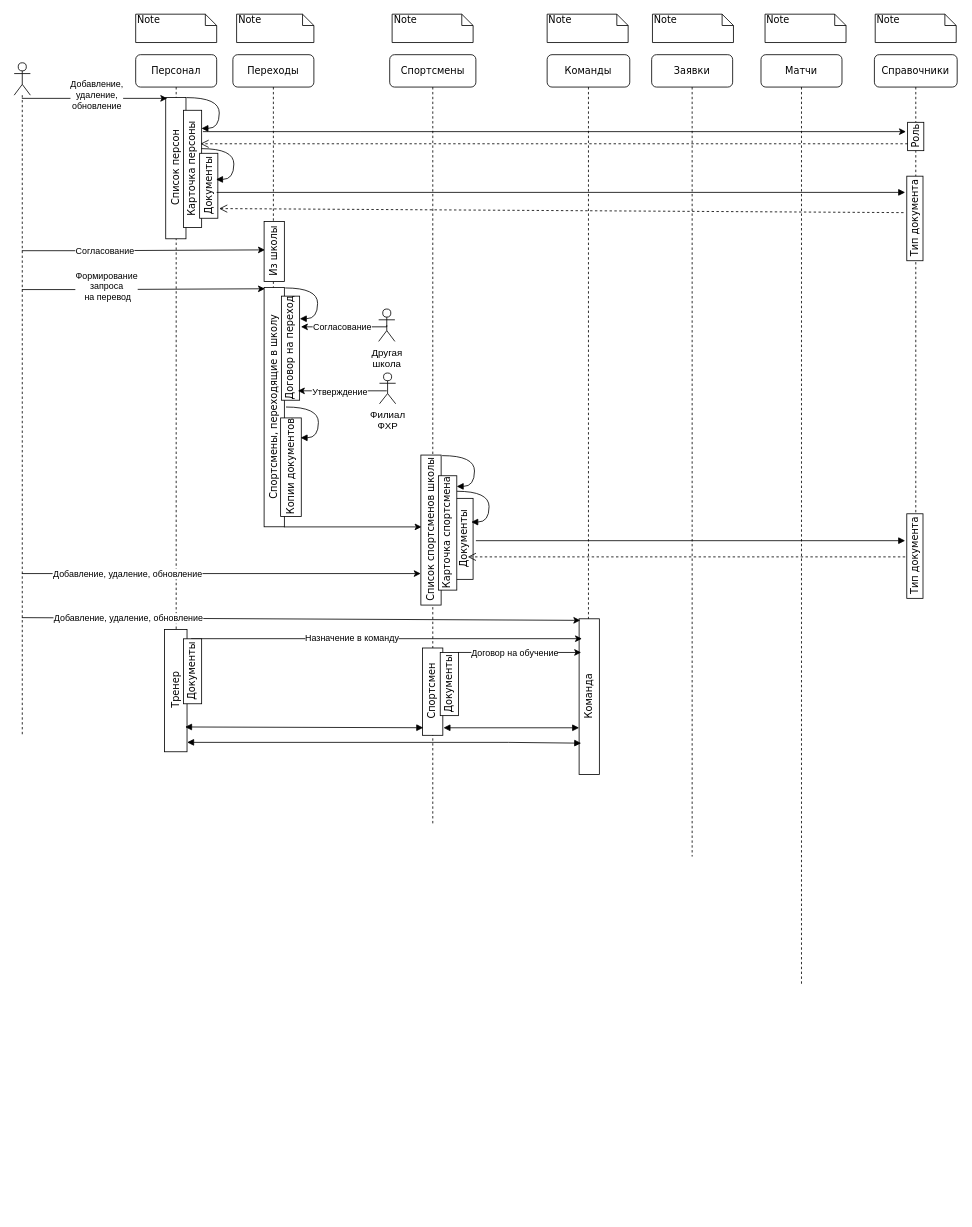
Earlier version of the draw.io diagram Диаграмма без названия.drawio (OlgaTalipova/FHRT). Source tidied: cells renumbered, new cells numbered last; positions are measured from the earlier drawing's top-left corner, leaving out a move shared by most shapes. Both pictures are drawn from the tidied source at 81%, with x=0, y=0 at pixel (14, 14).
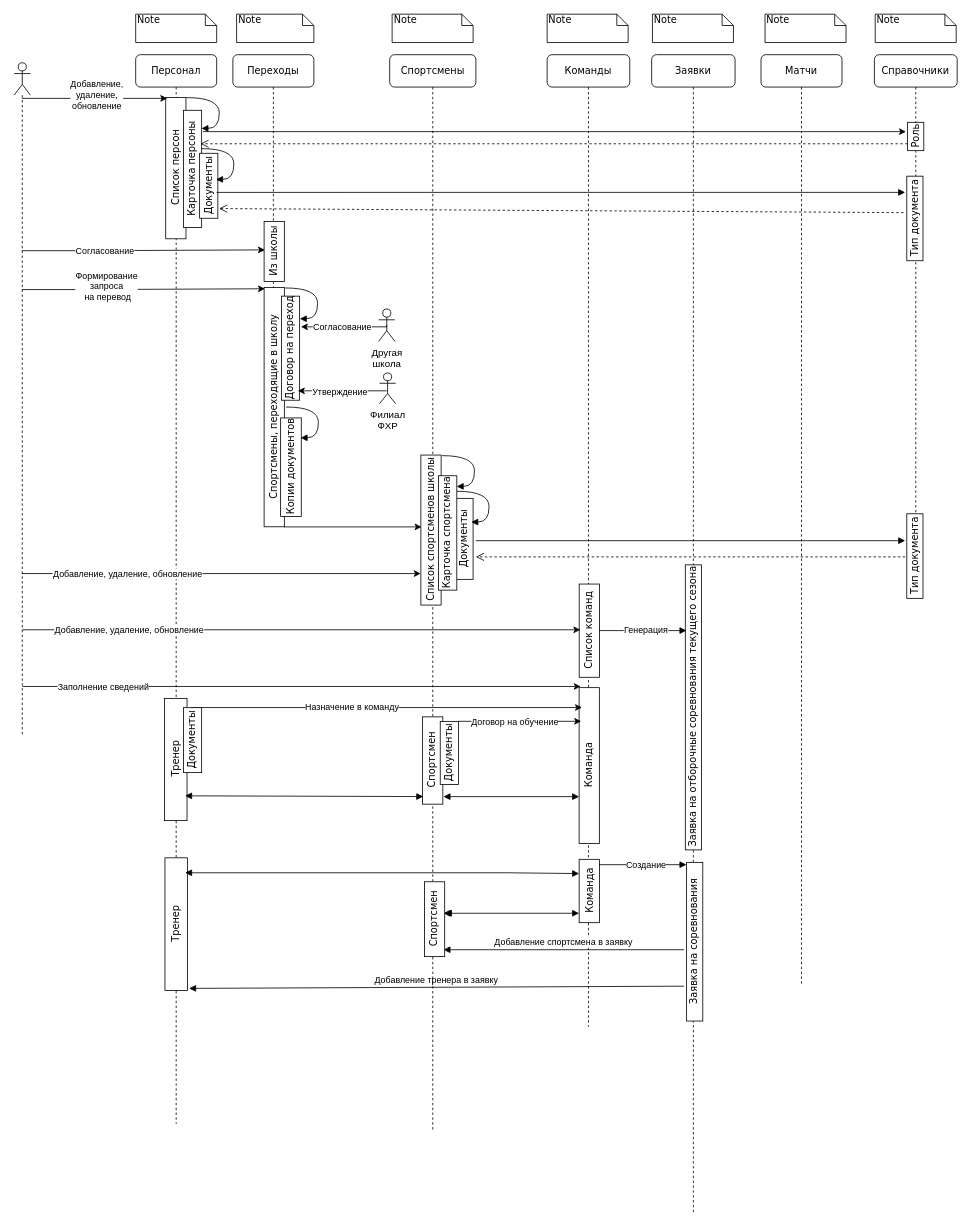
The same diagram, later.

Diff of the diagram source:
```diff
@@
     <mxCell id="2" value="Команды" style="shape=umlLifeline;perimeter=lifelinePerimeter;whiteSpace=wrap;html=1;rounded=1;shadow=0;comic=0;labelBackgroundColor=none;strokeWidth=1;fontFamily=Verdana;fontSize=12;align=center;" parent="1" vertex="1">
-      <mxGeometry x="658" y="50" width="102" height="860" as="geometry" />
+      <mxGeometry x="658" y="50" width="102" height="1200" as="geometry" />
     </mxCell>
     <mxCell id="3" value="Команда" style="html=1;points=[];perimeter=orthogonalPerimeter;rounded=0;shadow=0;comic=0;labelBackgroundColor=none;strokeWidth=1;fontFamily=Verdana;fontSize=12;align=center;direction=north;rotation=-90;" parent="2" vertex="1">
-      <mxGeometry x="-44.2" y="780.1" width="192.3" height="25" as="geometry" />
+      <mxGeometry x="-44.2" y="865.1" width="192.3" height="25" as="geometry" />
     </mxCell>
+    <mxCell id="71" value="Список команд" style="html=1;perimeter=orthogonalPerimeter;rounded=0;shadow=0;comic=0;labelBackgroundColor=none;strokeWidth=1;fontFamily=Verdana;fontSize=12;align=center;direction=north;rotation=-90;" parent="2" vertex="1">
+      <mxGeometry x="-5.5" y="698.6" width="115.1" height="25" as="geometry" />
+    </mxCell>
+    <mxCell id="72" value="Команда" style="html=1;perimeter=orthogonalPerimeter;rounded=0;shadow=0;comic=0;labelBackgroundColor=none;strokeWidth=1;fontFamily=Verdana;fontSize=12;align=center;direction=north;rotation=-90;" parent="2" vertex="1">
+      <mxGeometry x="12.9" y="1020" width="78.2" height="25" as="geometry" />
+    </mxCell>
+    <mxCell id="73" value="Создание" style="html=1;verticalAlign=bottom;endArrow=block;curved=0;rounded=0;" parent="2" edge="1">
+      <mxGeometry x="0.07" y="-9" relative="1" as="geometry">
+        <mxPoint x="64" y="1000" as="sourcePoint" />
+        <mxPoint x="172" y="1000" as="targetPoint" />
+      </mxGeometry>
+    </mxCell>
+    <mxCell id="74" value="Добавление тренера в заявку" style="html=1;verticalAlign=bottom;endArrow=block;curved=0;rounded=0;entryX=0.016;entryY=1.077;entryDx=0;entryDy=0;entryPerimeter=0;" parent="2" edge="1" target="75">
+      <mxGeometry relative="1" as="geometry">
+        <mxPoint x="169" y="1150" as="sourcePoint" />
+      </mxGeometry>
+    </mxCell>
@@
     <mxCell id="8" value="Персонал" style="shape=umlLifeline;perimeter=lifelinePerimeter;whiteSpace=wrap;html=1;rounded=1;shadow=0;comic=0;labelBackgroundColor=none;strokeWidth=1;fontFamily=Verdana;fontSize=12;align=center;" parent="1" vertex="1">
-      <mxGeometry x="150" y="50" width="100" height="846.6" as="geometry" />
+      <mxGeometry x="150" y="50" width="100" height="1320" as="geometry" />
     </mxCell>
@@
     <mxCell id="16" value="Тренер" style="html=1;perimeter=orthogonalPerimeter;rounded=0;shadow=0;comic=0;labelBackgroundColor=none;strokeWidth=1;fontFamily=Verdana;fontSize=12;align=center;rotation=-90;" parent="8" vertex="1">
-      <mxGeometry x="-25.9" y="771.3" width="150.9" height="27.7" as="geometry" />
+      <mxGeometry x="-25.9" y="856.3" width="150.9" height="27.7" as="geometry" />
     </mxCell>
+    <mxCell id="75" value="Тренер" style="html=1;points=[];perimeter=orthogonalPerimeter;rounded=0;shadow=0;comic=0;labelBackgroundColor=none;strokeWidth=1;fontFamily=Verdana;fontSize=12;align=center;rotation=-90;" parent="8" vertex="1">
+      <mxGeometry x="-31.9" y="1059.6" width="163.8" height="27.7" as="geometry" />
+    </mxCell>
@@
     <mxCell id="43" value="Заявки" style="shape=umlLifeline;perimeter=lifelinePerimeter;whiteSpace=wrap;html=1;rounded=1;shadow=0;comic=0;labelBackgroundColor=none;strokeWidth=1;fontFamily=Verdana;fontSize=12;align=center;" parent="1" vertex="1">
-      <mxGeometry x="787" y="50" width="100" height="990" as="geometry" />
+      <mxGeometry x="787" y="50" width="103" height="1430" as="geometry" />
     </mxCell>
+    <mxCell id="76" value="Заявка на отборочные соревнования текущего сезона" style="html=1;perimeter=orthogonalPerimeter;rounded=0;shadow=0;comic=0;labelBackgroundColor=none;strokeWidth=1;fontFamily=Verdana;fontSize=12;align=center;rotation=-90;" parent="43" vertex="1">
+      <mxGeometry x="-124.4" y="795.8" width="351.9" height="20" as="geometry" />
+    </mxCell>
+    <mxCell id="77" value="Заявка на соревнования" style="html=1;perimeter=orthogonalPerimeter;rounded=0;shadow=0;comic=0;labelBackgroundColor=none;strokeWidth=1;fontFamily=Verdana;fontSize=12;align=center;rotation=-90;" parent="43" vertex="1">
+      <mxGeometry x="-44.8" y="1085.1" width="195.9" height="20" as="geometry" />
+    </mxCell>
@@
     <mxCell id="45" value="Спортсмены" style="shape=umlLifeline;perimeter=lifelinePerimeter;whiteSpace=wrap;html=1;rounded=1;shadow=0;comic=0;labelBackgroundColor=none;strokeWidth=1;fontFamily=Verdana;fontSize=12;align=center;" parent="1" vertex="1">
-      <mxGeometry x="463.6" y="50" width="106.4" height="950" as="geometry" />
+      <mxGeometry x="463.6" y="50" width="106.4" height="1330" as="geometry" />
     </mxCell>
@@
     <mxCell id="53" style="endArrow=classic;html=1;rounded=0;entryX=1.14;entryY=0.038;entryDx=0;entryDy=0;entryPerimeter=0;" parent="1" edge="1">
       <mxGeometry relative="1" as="geometry">
-        <mxPoint x="218.5" y="771" as="sourcePoint" />
-        <mxPoint x="701" y="771" as="targetPoint" />
+        <mxPoint x="218.5" y="856" as="sourcePoint" />
+        <mxPoint x="701" y="856" as="targetPoint" />
       </mxGeometry>
     </mxCell>
@@
     <mxCell id="55" value="&lt;div style=&quot;direction: ltr;&quot;&gt;&lt;span style=&quot;background-color: initial;&quot;&gt;Документы&lt;/span&gt;&lt;/div&gt;" style="html=1;perimeter=orthogonalPerimeter;rounded=0;shadow=0;comic=0;labelBackgroundColor=none;strokeWidth=1;fontFamily=Verdana;fontSize=12;align=center;direction=west;rotation=-90;" parent="1" vertex="1">
-      <mxGeometry x="180.1" y="800" width="80.2" height="22.5" as="geometry" />
+      <mxGeometry x="180.1" y="885" width="80.2" height="22.5" as="geometry" />
     </mxCell>
-    <mxCell id="56" style="endArrow=classic;html=1;rounded=0;entryX=0.94;entryY=0.99;entryDx=0;entryDy=0;entryPerimeter=0;" parent="1" edge="1" target="3">
+    <mxCell id="56" style="endArrow=classic;html=1;rounded=0;entryX=0.94;entryY=0.99;entryDx=0;entryDy=0;entryPerimeter=0;" parent="1" edge="1">
       <mxGeometry relative="1" as="geometry">
-        <mxPoint x="9.5" y="745" as="sourcePoint" />
+        <mxPoint x="10" y="830" as="sourcePoint" />
+        <mxPoint x="699.5" y="830" as="targetPoint" />
       </mxGeometry>
     </mxCell>
-    <mxCell id="57" value="Добавление, удаление, обновление" style="edgeLabel;html=1;align=center;verticalAlign=middle;" parent="56" vertex="1">
+    <mxCell id="57" value="Заполнение сведений" style="edgeLabel;html=1;align=center;verticalAlign=middle;" parent="56" vertex="1">
       <mxGeometry x="-0.5" y="1" relative="1" as="geometry">
-        <mxPoint x="-41" y="1" as="offset" />
+        <mxPoint x="-73" y="1" as="offset" />
       </mxGeometry>
     </mxCell>
     <mxCell id="58" value="&lt;div style=&quot;direction: ltr;&quot;&gt;Спортсмен&lt;/div&gt;" style="html=1;points=[];perimeter=orthogonalPerimeter;rounded=0;shadow=0;comic=0;labelBackgroundColor=none;strokeWidth=1;fontFamily=Verdana;fontSize=12;align=center;direction=west;rotation=-90;" parent="1" vertex="1">
-      <mxGeometry x="462.8" y="823.9" width="107.8" height="25" as="geometry" />
+      <mxGeometry x="462.8" y="908.9" width="107.8" height="25" as="geometry" />
     </mxCell>
     <mxCell id="59" value="&lt;div style=&quot;direction: ltr;&quot;&gt;&lt;span style=&quot;background-color: initial;&quot;&gt;Документы&lt;/span&gt;&lt;/div&gt;" style="html=1;perimeter=orthogonalPerimeter;rounded=0;shadow=0;comic=0;labelBackgroundColor=none;strokeWidth=1;fontFamily=Verdana;fontSize=12;align=center;direction=west;rotation=-90;" parent="1" vertex="1">
-      <mxGeometry x="498.3" y="815.8" width="77.9" height="22.5" as="geometry" />
+      <mxGeometry x="498.3" y="900.8" width="77.9" height="22.5" as="geometry" />
     </mxCell>
     <mxCell id="60" style="endArrow=classic;html=1;rounded=0;entryX=0.94;entryY=0.517;entryDx=0;entryDy=0;entryPerimeter=0;exitX=0.242;exitY=-0.2;exitDx=0;exitDy=0;exitPerimeter=0;" parent="1" edge="1">
       <mxGeometry relative="1" as="geometry">
-        <mxPoint x="548" y="788" as="sourcePoint" />
-        <mxPoint x="700" y="788" as="targetPoint" />
+        <mxPoint x="548" y="873" as="sourcePoint" />
+        <mxPoint x="700" y="873" as="targetPoint" />
       </mxGeometry>
     </mxCell>
@@
     <mxCell id="62" style="endArrow=block;startArrow=block;endFill=1;startFill=1;html=1;rounded=0;" parent="1" edge="1">
       <mxGeometry relative="1" as="geometry">
-        <mxPoint x="530" y="881" as="sourcePoint" />
-        <mxPoint x="697.5" y="881" as="targetPoint" />
+        <mxPoint x="530" y="966" as="sourcePoint" />
+        <mxPoint x="697.5" y="966" as="targetPoint" />
       </mxGeometry>
     </mxCell>
-    <mxCell id="63" style="endArrow=block;startArrow=block;endFill=1;startFill=1;html=1;rounded=0;" parent="1" edge="1">
-      <mxGeometry relative="1" as="geometry">
-        <mxPoint x="213.5" y="899" as="sourcePoint" />
-        <mxPoint x="700" y="900" as="targetPoint" />
-        <Array as="points">
-          <mxPoint x="610" y="899" />
-        </Array>
-      </mxGeometry>
-    </mxCell>
     <mxCell id="64" style="endArrow=block;startArrow=block;endFill=1;startFill=1;html=1;rounded=0;entryX=0.913;entryY=0.966;entryDx=0;entryDy=0;entryPerimeter=0;" parent="1" edge="1" target="58">
       <mxGeometry relative="1" as="geometry">
-        <mxPoint x="211" y="880" as="sourcePoint" />
+        <mxPoint x="211" y="965" as="sourcePoint" />
       </mxGeometry>
     </mxCell>
@@
     <mxCell id="70" style="html=1;verticalAlign=bottom;endArrow=open;dashed=1;endSize=8;curved=0;rounded=0;" parent="1" edge="1">
       <mxGeometry relative="1" as="geometry">
         <mxPoint x="1100" y="670" as="sourcePoint" />
-        <mxPoint x="560" y="670" as="targetPoint" />
+        <mxPoint x="570" y="670" as="targetPoint" />
       </mxGeometry>
     </mxCell>
+    <mxCell id="78" style="endArrow=classic;html=1;rounded=0;entryX=0.94;entryY=0.99;entryDx=0;entryDy=0;entryPerimeter=0;" parent="1" edge="1">
+      <mxGeometry relative="1" as="geometry">
+        <mxPoint x="10" y="760" as="sourcePoint" />
+        <mxPoint x="699" y="760" as="targetPoint" />
+      </mxGeometry>
+    </mxCell>
+    <mxCell id="79" value="Добавление, удаление, обновление" style="edgeLabel;html=1;align=center;verticalAlign=middle;" parent="78" vertex="1">
+      <mxGeometry x="-0.5" y="1" relative="1" as="geometry">
+        <mxPoint x="-41" y="1" as="offset" />
+      </mxGeometry>
+    </mxCell>
+    <mxCell id="80" value="Генерация" style="html=1;verticalAlign=bottom;endArrow=block;curved=0;rounded=0;" parent="1" edge="1">
+      <mxGeometry x="0.07" y="-9" relative="1" as="geometry">
+        <mxPoint x="722" y="761" as="sourcePoint" />
+        <mxPoint x="830" y="761" as="targetPoint" />
+      </mxGeometry>
+    </mxCell>
+    <mxCell id="81" value="Добавление спортсмена в заявку" style="html=1;verticalAlign=bottom;endArrow=block;curved=0;rounded=0;" parent="1" edge="1">
+      <mxGeometry relative="1" as="geometry">
+        <mxPoint x="827" y="1155" as="sourcePoint" />
+        <mxPoint x="530" y="1155" as="targetPoint" />
+      </mxGeometry>
+    </mxCell>
+    <mxCell id="82" style="endArrow=block;startArrow=block;endFill=1;startFill=1;html=1;rounded=0;" parent="1" edge="1">
+      <mxGeometry relative="1" as="geometry">
+        <mxPoint x="211" y="1060" as="sourcePoint" />
+        <mxPoint x="697.5" y="1061" as="targetPoint" />
+        <Array as="points">
+          <mxPoint x="607.5" y="1060" />
+        </Array>
+      </mxGeometry>
+    </mxCell>
+    <mxCell id="83" style="endArrow=block;startArrow=block;endFill=1;startFill=1;html=1;rounded=0;" parent="1" edge="1" source="85">
+      <mxGeometry relative="1" as="geometry">
+        <mxPoint x="697.5" y="1110" as="targetPoint" />
+      </mxGeometry>
+    </mxCell>
+    <mxCell id="84" style="endArrow=block;startArrow=block;endFill=1;startFill=1;html=1;rounded=0;" parent="1" edge="1" target="85">
+      <mxGeometry relative="1" as="geometry">
+        <mxPoint x="530" y="1110" as="sourcePoint" />
+      </mxGeometry>
+    </mxCell>
+    <mxCell id="85" value="&lt;div style=&quot;direction: ltr;&quot;&gt;Спортсмен&lt;/div&gt;" style="html=1;points=[];perimeter=orthogonalPerimeter;rounded=0;shadow=0;comic=0;labelBackgroundColor=none;strokeWidth=1;fontFamily=Verdana;fontSize=12;align=center;direction=west;rotation=-90;" parent="1" vertex="1">
+      <mxGeometry x="472.8" y="1104.8" width="92.4" height="25" as="geometry" />
+    </mxCell>
```
